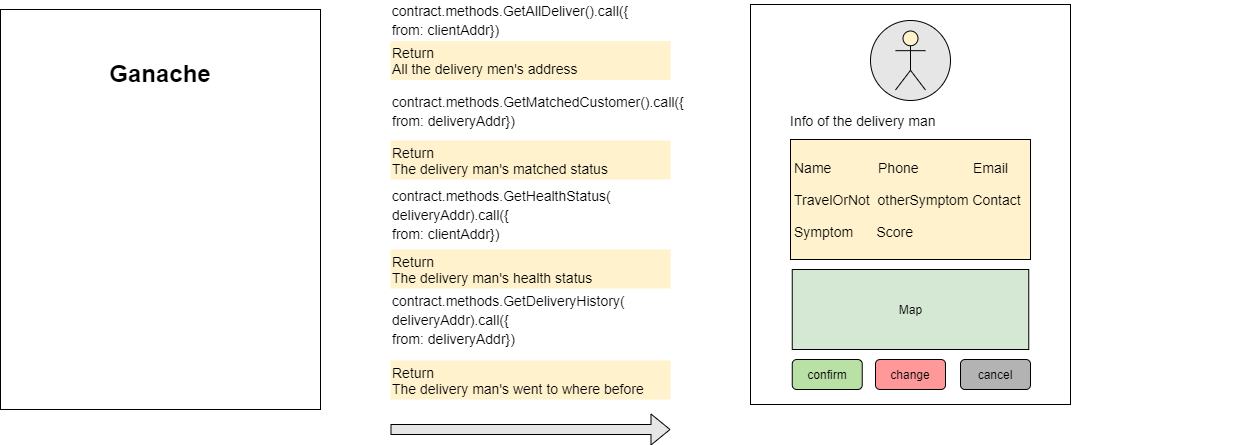
tin0819tin/No-Covid keeps this draw.io diagram as ppt_picture/NML-ConfirmDelivery_call.png. Above is the earlier version. Source tidied: cells renumbered, new cells last; positions are measured from the earlier drawing's top-left corner, leaving out a move shared by most shapes.
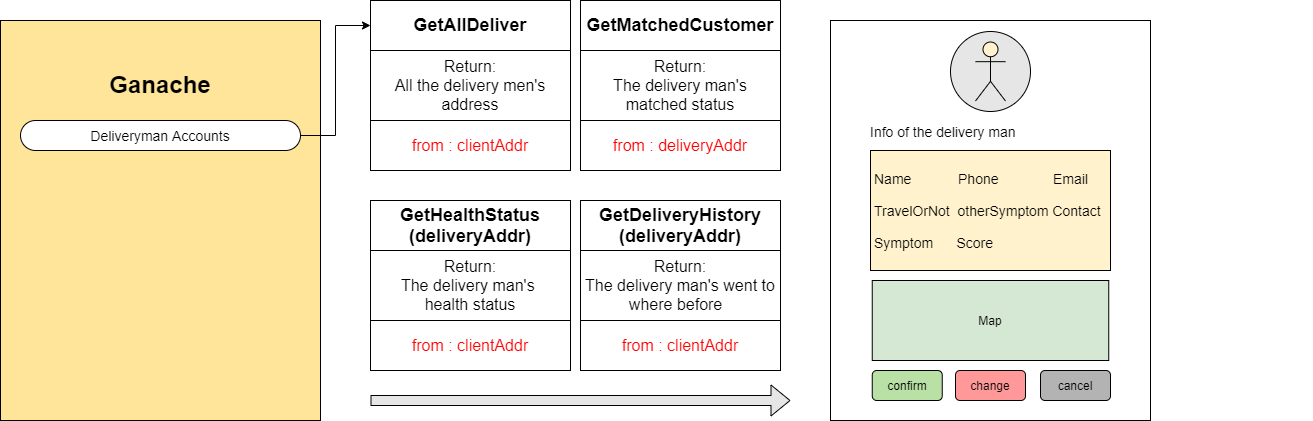
The same file after the commit.

Diff of the diagram source:
```diff
@@ -4,15 +4,12 @@
     <mxCell id="1" parent="0" />
     <mxCell id="2" style="shape=flexArrow;endArrow=classic;html=1;fillColor=#E6E6E6;" parent="1" edge="1">
       <mxGeometry relative="1" as="geometry">
-        <mxPoint x="390" y="425" as="sourcePoint" />
-        <mxPoint x="670" y="425" as="targetPoint" />
+        <mxPoint x="290" y="385" as="sourcePoint" />
+        <mxPoint x="710" y="385" as="targetPoint" />
       </mxGeometry>
     </mxCell>
-    <mxCell id="3" value="&lt;div style=&quot;text-align: left&quot;&gt;&lt;span style=&quot;background-color: rgb(255 , 255 , 255)&quot;&gt;&lt;span style=&quot;font-size: 14px; text-align: center;&quot;&gt;contract&lt;/span&gt;&lt;span style=&quot;font-size: 14px; text-align: center;&quot;&gt;.&lt;/span&gt;&lt;span style=&quot;font-size: 14px; text-align: center;&quot;&gt;methods&lt;/span&gt;&lt;span style=&quot;font-size: 14px; text-align: center;&quot;&gt;.&lt;/span&gt;&lt;span style=&quot;font-size: 14px; text-align: center;&quot;&gt;GetAllDeliver&lt;/span&gt;&lt;span style=&quot;font-size: 14px; text-align: center;&quot;&gt;()&lt;/span&gt;&lt;span style=&quot;font-size: 14px; text-align: center;&quot;&gt;.&lt;/span&gt;&lt;span style=&quot;font-size: 14px; text-align: center;&quot;&gt;call&lt;/span&gt;&lt;span style=&quot;font-size: 14px; text-align: center;&quot;&gt;({&lt;/span&gt;&lt;/span&gt;&lt;/div&gt;&lt;div style=&quot;text-align: left&quot;&gt;&lt;span style=&quot;background-color: rgb(255 , 255 , 255)&quot;&gt;&lt;span style=&quot;font-size: 14px; text-align: center;&quot;&gt;from&lt;/span&gt;&lt;span style=&quot;font-size: 14px; text-align: center;&quot;&gt;:&lt;/span&gt;&lt;span style=&quot;font-size: 14px; text-align: center;&quot;&gt;&amp;nbsp;&lt;/span&gt;&lt;span style=&quot;font-size: 14px; text-align: center;&quot;&gt;clientAddr&lt;/span&gt;&lt;span style=&quot;font-size: 14px; text-align: center;&quot;&gt;})&lt;/span&gt;&lt;/span&gt;&lt;/div&gt;" style="text;html=1;strokeColor=none;fillColor=none;align=center;verticalAlign=middle;whiteSpace=wrap;rounded=0;fontSize=16;fontFamily=Helvetica;" parent="1" vertex="1">
-      <mxGeometry x="390" y="5" width="240" height="20" as="geometry" />
-    </mxCell>
     <mxCell id="4" style="rounded=0;whiteSpace=wrap;html=1;" parent="1" vertex="1">
-      <mxGeometry x="750" width="320" height="400" as="geometry" />
+      <mxGeometry x="750" y="5" width="320" height="400" as="geometry" />
     </mxCell>
     <mxCell id="5" style="ellipse;whiteSpace=wrap;html=1;fontSize=16;fillColor=#E6E6E6;align=center;" parent="1" vertex="1">
       <mxGeometry x="870" y="16" width="80" height="80" as="geometry" />
@@ -29,27 +26,6 @@
     <mxCell id="9" value="cancel" style="rounded=1;whiteSpace=wrap;html=1;fillColor=#B3B3B3;" parent="1" vertex="1">
       <mxGeometry x="960" y="355" width="70" height="30" as="geometry" />
     </mxCell>
-    <mxCell id="10" value="&lt;div style=&quot;&quot;&gt;&lt;span&gt;Return&amp;nbsp;&lt;/span&gt;&lt;/div&gt;All the delivery men's address" style="text;html=1;strokeColor=none;fillColor=#FFF2CC;align=left;verticalAlign=middle;whiteSpace=wrap;rounded=0;fontFamily=Helvetica;fontSize=14;" parent="1" vertex="1">
-      <mxGeometry x="390" y="36.5" width="280" height="39" as="geometry" />
-    </mxCell>
-    <mxCell id="11" value="&lt;div style=&quot;&quot;&gt;&lt;span style=&quot;background-color: rgb(255 , 255 , 255)&quot;&gt;&lt;span style=&quot;font-size: 14px;&quot;&gt;contract&lt;/span&gt;&lt;span style=&quot;font-size: 14px;&quot;&gt;.&lt;/span&gt;&lt;span style=&quot;font-size: 14px;&quot;&gt;methods&lt;/span&gt;&lt;span style=&quot;font-size: 14px;&quot;&gt;.&lt;/span&gt;&lt;span style=&quot;font-size: 14px;&quot;&gt;GetMatchedCustomer&lt;/span&gt;&lt;span style=&quot;font-size: 14px;&quot;&gt;()&lt;/span&gt;&lt;span style=&quot;font-size: 14px;&quot;&gt;.&lt;/span&gt;&lt;span style=&quot;font-size: 14px;&quot;&gt;call&lt;/span&gt;&lt;span style=&quot;font-size: 14px;&quot;&gt;({&lt;/span&gt;&lt;/span&gt;&lt;/div&gt;&lt;div style=&quot;&quot;&gt;&lt;span style=&quot;background-color: rgb(255 , 255 , 255)&quot;&gt;&lt;span style=&quot;font-size: 14px;&quot;&gt;from&lt;/span&gt;&lt;span style=&quot;font-size: 14px;&quot;&gt;:&lt;/span&gt;&lt;span style=&quot;font-size: 14px;&quot;&gt;&amp;nbsp;delivery&lt;/span&gt;&lt;span style=&quot;font-size: 14px;&quot;&gt;Addr&lt;/span&gt;&lt;span style=&quot;font-size: 14px;&quot;&gt;})&lt;/span&gt;&lt;/span&gt;&lt;/div&gt;" style="text;html=1;strokeColor=none;fillColor=none;align=left;verticalAlign=middle;whiteSpace=wrap;rounded=0;fontSize=16;fontFamily=Helvetica;" parent="1" vertex="1">
-      <mxGeometry x="390" y="96" width="240" height="20" as="geometry" />
-    </mxCell>
-    <mxCell id="12" value="&lt;div&gt;&lt;span&gt;Return&amp;nbsp;&lt;/span&gt;&lt;/div&gt;&lt;div&gt;&lt;span&gt;The delivery man's matched status&lt;/span&gt;&lt;/div&gt;" style="text;html=1;strokeColor=none;fillColor=#FFF2CC;align=left;verticalAlign=middle;whiteSpace=wrap;rounded=0;fontFamily=Helvetica;fontSize=14;" parent="1" vertex="1">
-      <mxGeometry x="390" y="136" width="280" height="39" as="geometry" />
-    </mxCell>
-    <mxCell id="13" value="&lt;div&gt;&lt;span style=&quot;background-color: rgb(255 , 255 , 255)&quot;&gt;&lt;span style=&quot;font-size: 14px&quot;&gt;contract&lt;/span&gt;&lt;span style=&quot;font-size: 14px&quot;&gt;.&lt;/span&gt;&lt;span style=&quot;font-size: 14px&quot;&gt;methods&lt;/span&gt;&lt;span style=&quot;font-size: 14px&quot;&gt;.&lt;/span&gt;&lt;span style=&quot;font-size: 14px&quot;&gt;GetHealthStatus&lt;/span&gt;&lt;span style=&quot;font-size: 14px&quot;&gt;(&lt;/span&gt;&lt;/span&gt;&lt;/div&gt;&lt;span style=&quot;font-size: 14px&quot;&gt;delivery&lt;/span&gt;&lt;span style=&quot;font-size: 14px&quot;&gt;Addr&lt;/span&gt;&lt;span style=&quot;font-size: 14px&quot;&gt;)&lt;/span&gt;&lt;span style=&quot;font-size: 14px&quot;&gt;.&lt;/span&gt;&lt;span style=&quot;font-size: 14px&quot;&gt;call&lt;/span&gt;&lt;span style=&quot;font-size: 14px&quot;&gt;({&lt;/span&gt;&lt;span style=&quot;font-size: 14px&quot;&gt;&lt;br&gt;&lt;/span&gt;&lt;div&gt;&lt;span style=&quot;background-color: rgb(255 , 255 , 255)&quot;&gt;&lt;span style=&quot;font-size: 14px&quot;&gt;from&lt;/span&gt;&lt;span style=&quot;font-size: 14px&quot;&gt;:&lt;/span&gt;&lt;span style=&quot;font-size: 14px&quot;&gt;&amp;nbsp;client&lt;/span&gt;&lt;span style=&quot;font-size: 14px&quot;&gt;Addr&lt;/span&gt;&lt;span style=&quot;font-size: 14px&quot;&gt;})&lt;/span&gt;&lt;/span&gt;&lt;/div&gt;" style="text;html=1;strokeColor=none;fillColor=none;align=left;verticalAlign=middle;whiteSpace=wrap;rounded=0;fontSize=16;fontFamily=Helvetica;" parent="1" vertex="1">
-      <mxGeometry x="390" y="165" width="310" height="90" as="geometry" />
-    </mxCell>
-    <mxCell id="14" value="&lt;div&gt;&lt;span&gt;Return&amp;nbsp;&lt;/span&gt;&lt;/div&gt;&lt;div&gt;&lt;span&gt;The delivery man's health status&lt;/span&gt;&lt;/div&gt;" style="text;html=1;strokeColor=none;fillColor=#FFF2CC;align=left;verticalAlign=middle;whiteSpace=wrap;rounded=0;fontFamily=Helvetica;fontSize=14;" parent="1" vertex="1">
-      <mxGeometry x="390" y="245" width="280" height="39" as="geometry" />
-    </mxCell>
-    <mxCell id="15" value="&lt;div&gt;&lt;span style=&quot;background-color: rgb(255 , 255 , 255)&quot;&gt;&lt;span style=&quot;font-size: 14px&quot;&gt;contract&lt;/span&gt;&lt;span style=&quot;font-size: 14px&quot;&gt;.&lt;/span&gt;&lt;span style=&quot;font-size: 14px&quot;&gt;methods&lt;/span&gt;&lt;span style=&quot;font-size: 14px&quot;&gt;.&lt;/span&gt;&lt;span style=&quot;font-size: 14px&quot;&gt;GetDeliveryHistory&lt;/span&gt;&lt;span style=&quot;font-size: 14px&quot;&gt;(&lt;/span&gt;&lt;/span&gt;&lt;/div&gt;&lt;span style=&quot;font-size: 14px&quot;&gt;delivery&lt;/span&gt;&lt;span style=&quot;font-size: 14px&quot;&gt;Addr&lt;/span&gt;&lt;span style=&quot;font-size: 14px&quot;&gt;)&lt;/span&gt;&lt;span style=&quot;font-size: 14px&quot;&gt;.&lt;/span&gt;&lt;span style=&quot;font-size: 14px&quot;&gt;call&lt;/span&gt;&lt;span style=&quot;font-size: 14px&quot;&gt;({&lt;/span&gt;&lt;span style=&quot;font-size: 14px&quot;&gt;&lt;br&gt;&lt;/span&gt;&lt;div&gt;&lt;span style=&quot;background-color: rgb(255 , 255 , 255)&quot;&gt;&lt;span style=&quot;font-size: 14px&quot;&gt;from&lt;/span&gt;&lt;span style=&quot;font-size: 14px&quot;&gt;:&lt;/span&gt;&lt;span style=&quot;font-size: 14px&quot;&gt;&amp;nbsp;delivery&lt;/span&gt;&lt;span style=&quot;font-size: 14px&quot;&gt;Addr&lt;/span&gt;&lt;span style=&quot;font-size: 14px&quot;&gt;})&lt;/span&gt;&lt;/span&gt;&lt;/div&gt;" style="text;html=1;strokeColor=none;fillColor=none;align=left;verticalAlign=middle;whiteSpace=wrap;rounded=0;fontSize=16;fontFamily=Helvetica;" parent="1" vertex="1">
-      <mxGeometry x="390" y="305" width="240" height="20" as="geometry" />
-    </mxCell>
-    <mxCell id="16" value="&lt;div&gt;&lt;span&gt;Return&amp;nbsp;&lt;/span&gt;&lt;/div&gt;&lt;div&gt;&lt;span&gt;The delivery man's went to where before&amp;nbsp;&amp;nbsp;&lt;/span&gt;&lt;/div&gt;" style="text;html=1;strokeColor=none;fillColor=#FFF2CC;align=left;verticalAlign=middle;whiteSpace=wrap;rounded=0;fontFamily=Helvetica;fontSize=14;" parent="1" vertex="1">
-      <mxGeometry x="390" y="356" width="280" height="39" as="geometry" />
-    </mxCell>
     <mxCell id="17" style="group;" parent="1" vertex="1">
       <mxGeometry x="790" y="135" width="441.8" height="120" as="geometry" />
     </mxCell>
@@ -62,17 +38,70 @@
     <mxCell id="20" value="&lt;div&gt;&lt;span style=&quot;font-size: 14px ; background-color: rgb(255 , 255 , 255)&quot;&gt;Info of the delivery man&lt;/span&gt;&lt;/div&gt;" style="text;html=1;strokeColor=none;fillColor=none;align=left;verticalAlign=middle;whiteSpace=wrap;rounded=0;fontSize=16;fontFamily=Helvetica;" parent="1" vertex="1">
       <mxGeometry x="788.2" y="106" width="240" height="20" as="geometry" />
     </mxCell>
-    <mxCell id="21" style="group;" parent="1" vertex="1">
-      <mxGeometry y="5" width="320" height="400" as="geometry" />
-    </mxCell>
-    <mxCell id="22" style="rounded=0;whiteSpace=wrap;html=1;" parent="21" vertex="1">
-      <mxGeometry width="320" height="400" as="geometry" />
-    </mxCell>
+    <mxCell id="24" style="shape=umlActor;verticalLabelPosition=bottom;verticalAlign=top;html=1;fontFamily=Helvetica;fontSize=14;fillColor=#FFF2CC;" parent="1" vertex="1">
+      <mxGeometry x="895" y="26.5" width="30" height="59" as="geometry" />
+    </mxCell>
+    <mxCell id="25" style="group;fillColor=#FFE599;" parent="1" vertex="1">
+      <mxGeometry x="-80" y="5" width="320" height="400" as="geometry" />
+    </mxCell>
+    <mxCell id="26" style="rounded=0;whiteSpace=wrap;html=1;fillColor=#FFE599;" parent="25" vertex="1">
+      <mxGeometry width="320" height="400" as="geometry" />
+    </mxCell>
-    <mxCell id="23" value="&lt;h1&gt;Ganache&lt;/h1&gt;" style="text;html=1;strokeColor=none;fillColor=none;spacing=5;spacingTop=-20;whiteSpace=wrap;overflow=hidden;rounded=0;align=center;" parent="21" vertex="1">
+    <mxCell id="23" value="&lt;h1&gt;Ganache&lt;/h1&gt;" style="text;html=1;strokeColor=none;fillColor=none;spacing=5;spacingTop=-20;whiteSpace=wrap;overflow=hidden;rounded=0;align=center;" parent="25" vertex="1">
       <mxGeometry x="65" y="45" width="190" height="42" as="geometry" />
     </mxCell>
-    <mxCell id="24" style="shape=umlActor;verticalLabelPosition=bottom;verticalAlign=top;html=1;fontFamily=Helvetica;fontSize=14;fillColor=#FFF2CC;" parent="1" vertex="1">
-      <mxGeometry x="895" y="26.5" width="30" height="59" as="geometry" />
-    </mxCell>
+    <mxCell id="27" value="&lt;font style=&quot;font-size: 14px&quot;&gt;Deliveryman Accounts&lt;/font&gt;" style="rounded=1;whiteSpace=wrap;html=1;fillColor=#FFFFFF;arcSize=50;" parent="25" vertex="1">
+      <mxGeometry x="20" y="100" width="280" height="30" as="geometry" />
+    </mxCell>
+    <mxCell id="28" value="&lt;span style=&quot;font-size: 18px; text-align: left; background-color: rgb(255, 255, 255);&quot;&gt;GetHealthStatus&lt;br style=&quot;font-size: 18px;&quot;&gt;(&lt;/span&gt;&lt;span style=&quot;font-size: 18px;&quot;&gt;delivery&lt;/span&gt;&lt;span style=&quot;font-size: 18px; background-color: rgb(255, 255, 255);&quot;&gt;Addr)&lt;/span&gt;" style="rounded=0;whiteSpace=wrap;html=1;fillColor=#FFFFFF;fontSize=18;fontStyle=1;" parent="1" vertex="1">
+      <mxGeometry x="290" y="185" width="200" height="50" as="geometry" />
+    </mxCell>
+    <mxCell id="29" value="&lt;span style=&quot;text-align: left&quot;&gt;Return:&lt;br&gt;The delivery man's &lt;br&gt;health status&lt;/span&gt;" style="rounded=0;whiteSpace=wrap;html=1;fillColor=#FFFFFF;fontSize=16;" parent="1" vertex="1">
+      <mxGeometry x="290" y="235" width="200" height="70" as="geometry" />
+    </mxCell>
+    <mxCell id="30" value="from : client&lt;span style=&quot;font-size: 16px ; background-color: rgb(255 , 255 , 255)&quot;&gt;Addr&lt;/span&gt;" style="rounded=0;whiteSpace=wrap;html=1;fillColor=#FFFFFF;fontSize=16;fontColor=#FF0000;" parent="1" vertex="1">
+      <mxGeometry x="290" y="305" width="200" height="50" as="geometry" />
+    </mxCell>
+    <mxCell id="31" value="&lt;span style=&quot;text-align: left; background-color: rgb(255, 255, 255);&quot;&gt;GetDeliveryHistory&lt;/span&gt;&lt;span style=&quot;font-size: 18px ; text-align: left ; background-color: rgb(255 , 255 , 255)&quot;&gt;&lt;br style=&quot;font-size: 18px&quot;&gt;(&lt;/span&gt;&lt;span style=&quot;font-size: 18px&quot;&gt;delivery&lt;/span&gt;&lt;span style=&quot;font-size: 18px ; background-color: rgb(255 , 255 , 255)&quot;&gt;Addr)&lt;/span&gt;" style="rounded=0;whiteSpace=wrap;html=1;fillColor=#FFFFFF;fontSize=18;fontStyle=1;" parent="1" vertex="1">
+      <mxGeometry x="500" y="185" width="200" height="50" as="geometry" />
+    </mxCell>
+    <mxCell id="32" value="&lt;div style=&quot;font-size: 16px&quot;&gt;Return:&lt;/div&gt;&lt;div style=&quot;font-size: 16px&quot;&gt;The delivery man's went to where before&amp;nbsp;&amp;nbsp;&lt;/div&gt;" style="rounded=0;whiteSpace=wrap;html=1;fillColor=#FFFFFF;fontSize=16;align=center;" parent="1" vertex="1">
+      <mxGeometry x="500" y="235" width="200" height="70" as="geometry" />
+    </mxCell>
+    <mxCell id="33" value="from : client&lt;span style=&quot;font-size: 16px ; background-color: rgb(255 , 255 , 255)&quot;&gt;Addr&lt;/span&gt;" style="rounded=0;whiteSpace=wrap;html=1;fillColor=#FFFFFF;fontSize=16;fontColor=#FF0000;" parent="1" vertex="1">
+      <mxGeometry x="500" y="305" width="200" height="50" as="geometry" />
+    </mxCell>
+    <mxCell id="34" style="group;" parent="1" vertex="1">
+      <mxGeometry x="290" y="-15" width="200" height="170" as="geometry" />
+    </mxCell>
+    <mxCell id="35" value="&lt;span style=&quot;background-color: rgb(255 , 255 , 255)&quot;&gt;&lt;font style=&quot;font-size: 18px&quot;&gt;&lt;b&gt;GetAllDeliver&lt;/b&gt;&lt;/font&gt;&lt;/span&gt;" style="rounded=0;whiteSpace=wrap;html=1;fillColor=#FFFFFF;" parent="34" vertex="1">
+      <mxGeometry width="200" height="50" as="geometry" />
+    </mxCell>
+    <mxCell id="36" value="&lt;span style=&quot;font-size: 16px ; text-align: left&quot;&gt;Return:&lt;br&gt;All the delivery men's address&lt;/span&gt;" style="rounded=0;whiteSpace=wrap;html=1;fillColor=#FFFFFF;fontSize=16;" parent="34" vertex="1">
+      <mxGeometry y="50" width="200" height="70" as="geometry" />
+    </mxCell>
+    <mxCell id="37" value="from :&amp;nbsp;&lt;span style=&quot;font-size: 16px; background-color: rgb(255, 255, 255);&quot;&gt;clientAddr&lt;/span&gt;" style="rounded=0;whiteSpace=wrap;html=1;fillColor=#FFFFFF;fontSize=16;fontColor=#FF0000;" parent="34" vertex="1">
+      <mxGeometry y="120" width="200" height="50" as="geometry" />
+    </mxCell>
+    <mxCell id="38" style="group;" parent="1" vertex="1">
+      <mxGeometry x="500" y="-15" width="200" height="170" as="geometry" />
+    </mxCell>
+    <mxCell id="39" value="&lt;span style=&quot;font-size: 18px; text-align: left; background-color: rgb(255, 255, 255);&quot;&gt;GetMatchedCustomer&lt;/span&gt;" style="rounded=0;whiteSpace=wrap;html=1;fillColor=#FFFFFF;fontSize=18;fontStyle=1;" parent="38" vertex="1">
+      <mxGeometry width="200" height="50" as="geometry" />
+    </mxCell>
+    <mxCell id="40" value="&lt;span style=&quot;font-size: 16px ; text-align: left&quot;&gt;Return:&lt;br&gt;The delivery man's matched status&lt;/span&gt;" style="rounded=0;whiteSpace=wrap;html=1;fillColor=#FFFFFF;fontSize=16;" parent="38" vertex="1">
+      <mxGeometry y="50" width="200" height="70" as="geometry" />
+    </mxCell>
+    <mxCell id="41" value="from : delivery&lt;span style=&quot;font-size: 16px ; background-color: rgb(255 , 255 , 255)&quot;&gt;Addr&lt;/span&gt;" style="rounded=0;whiteSpace=wrap;html=1;fillColor=#FFFFFF;fontSize=16;fontColor=#FF0000;" parent="38" vertex="1">
+      <mxGeometry y="120" width="200" height="50" as="geometry" />
+    </mxCell>
+    <mxCell id="42" style="edgeStyle=orthogonalEdgeStyle;rounded=0;jettySize=auto;html=1;exitX=1;exitY=0.5;exitDx=0;exitDy=0;entryX=0;entryY=0.5;entryDx=0;entryDy=0;fontSize=18;fontColor=#000000;" parent="1" edge="1" source="27" target="35">
+      <mxGeometry relative="1" as="geometry">
+        <Array as="points">
+          <mxPoint x="255" y="120" />
+          <mxPoint x="255" y="10" />
+        </Array>
+      </mxGeometry>
+    </mxCell>
   </root>
 </mxGraphModel>
```
